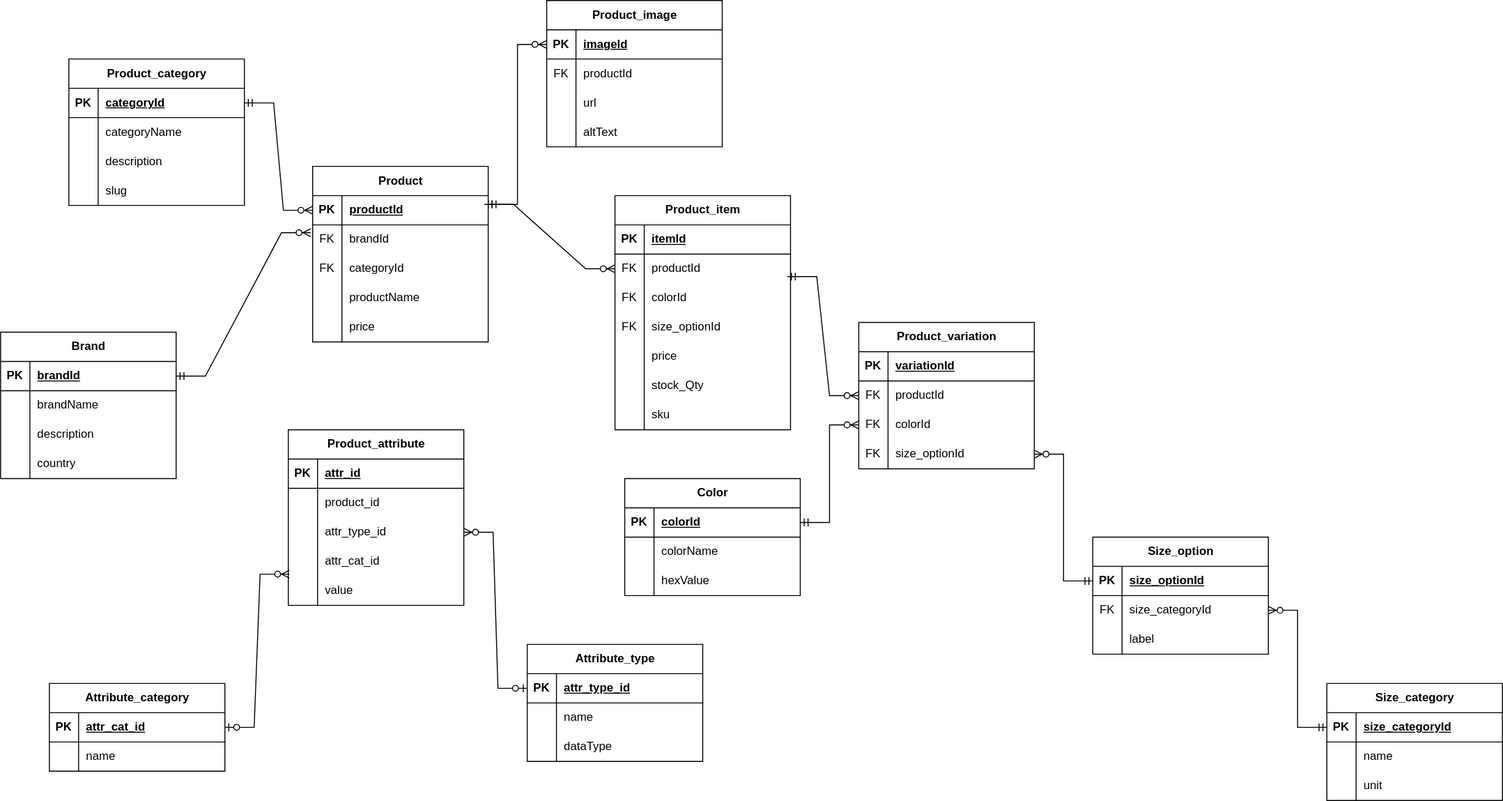
Before: ecommerce-ERD.drawio.svg, a diagram exported from draw.io (priscillanzula/Ecommerce-Db). Source tidied: cells renumbered, new cells last; positions are measured from the earlier drawing's top-left corner, leaving out a move shared by most shapes.
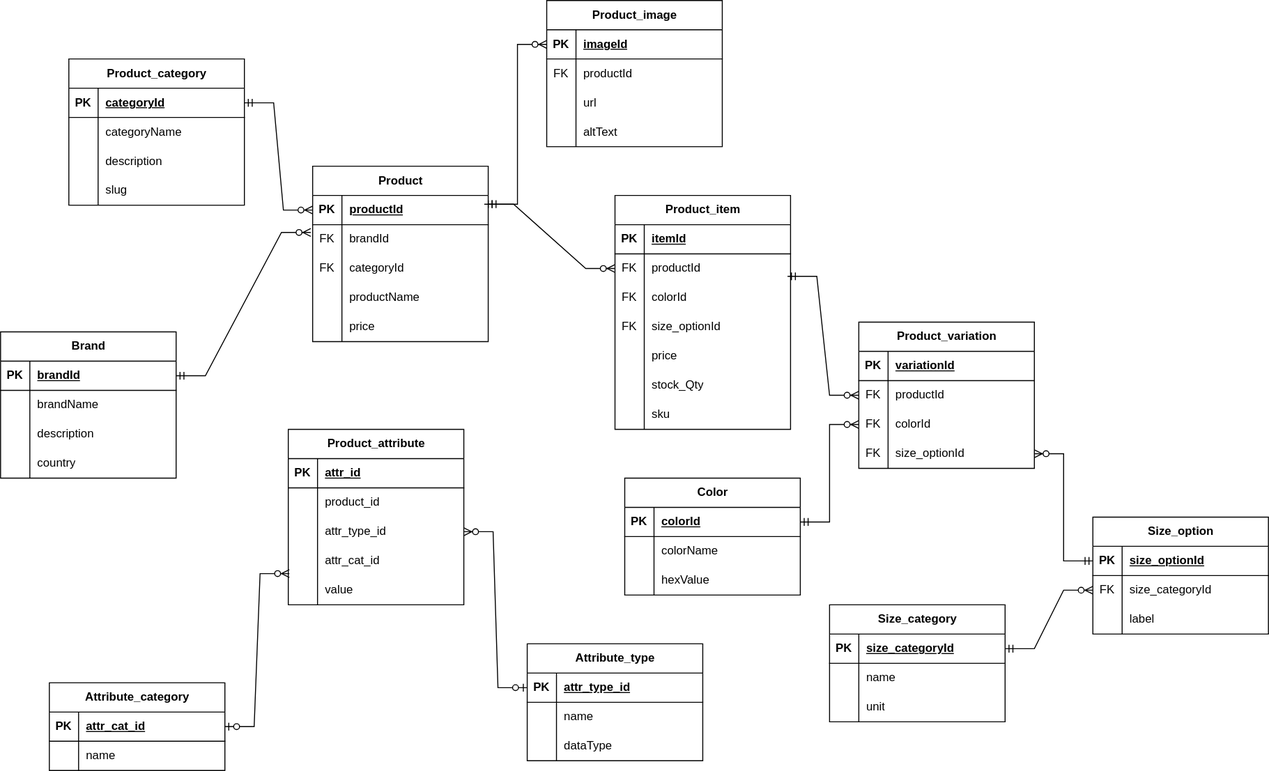
The same file after the commit.

Diff of the diagram source:
```diff
@@ -3,7 +3,7 @@
     <mxCell id="0" />
     <mxCell id="1" parent="0" />
     <mxCell id="2" value="Size_category" style="shape=table;startSize=30;rowLines=0;fontStyle=1;align=center;html=1;" parent="1" vertex="1">
-      <mxGeometry x="1360" y="700" width="180" height="120" as="geometry" />
+      <mxGeometry x="850" y="620" width="180" height="120" as="geometry" />
     </mxCell>
     <mxCell id="3" style="shape=tableRow;horizontal=0;startSize=0;swimlaneHead=0;swimlaneBody=0;fillColor=none;points=[[0,0.5],[1,0.5]];portConstraint=eastwest;top=0;left=0;right=0;bottom=1;" parent="2" vertex="1">
       <mxGeometry y="30" width="180" height="30" as="geometry" />
@@ -228,7 +228,7 @@
       <mxGeometry x="30" width="150" height="30" as="geometry" />
     </mxCell>
     <mxCell id="77" value="Size_option" style="shape=table;startSize=30;rowLines=0;fontStyle=1;align=center;html=1;" parent="1" vertex="1">
-      <mxGeometry x="1120" y="550" width="180" height="120" as="geometry" />
+      <mxGeometry x="1120" y="530" width="180" height="120" as="geometry" />
     </mxCell>
     <mxCell id="78" style="shape=tableRow;horizontal=0;startSize=0;swimlaneHead=0;swimlaneBody=0;fillColor=none;points=[[0,0.5],[1,0.5]];portConstraint=eastwest;top=0;left=0;right=0;bottom=1;" parent="77" vertex="1">
       <mxGeometry y="30" width="180" height="30" as="geometry" />
@@ -479,7 +479,7 @@
     <mxCell id="160" style="edgeStyle=entityRelationEdgeStyle;fontSize=12;html=1;endArrow=ERzeroToMany;startArrow=ERmandOne;rounded=0;entryX=1;entryY=0.5;entryDx=0;entryDy=0;exitX=0;exitY=0.5;exitDx=0;exitDy=0;" parent="1" edge="1" source="78" target="74">
       <mxGeometry relative="1" as="geometry" />
     </mxCell>
-    <mxCell id="161" style="edgeStyle=entityRelationEdgeStyle;fontSize=12;html=1;endArrow=ERzeroToMany;startArrow=ERmandOne;rounded=0;entryX=1;entryY=0.5;entryDx=0;entryDy=0;exitX=0;exitY=0.5;exitDx=0;exitDy=0;" parent="1" edge="1" source="3" target="81">
+    <mxCell id="161" style="edgeStyle=entityRelationEdgeStyle;fontSize=12;html=1;endArrow=ERzeroToMany;startArrow=ERmandOne;rounded=0;entryX=0;entryY=0.5;entryDx=0;entryDy=0;exitX=1;exitY=0.5;exitDx=0;exitDy=0;" parent="1" edge="1" source="3" target="81">
       <mxGeometry relative="1" as="geometry" />
     </mxCell>
     <mxCell id="162" style="edgeStyle=entityRelationEdgeStyle;fontSize=12;html=1;endArrow=ERzeroToMany;startArrow=ERmandOne;rounded=0;entryX=0;entryY=0.5;entryDx=0;entryDy=0;exitX=1;exitY=0.3;exitDx=0;exitDy=0;exitPerimeter=0;" parent="1" edge="1" source="39" target="88">
```
